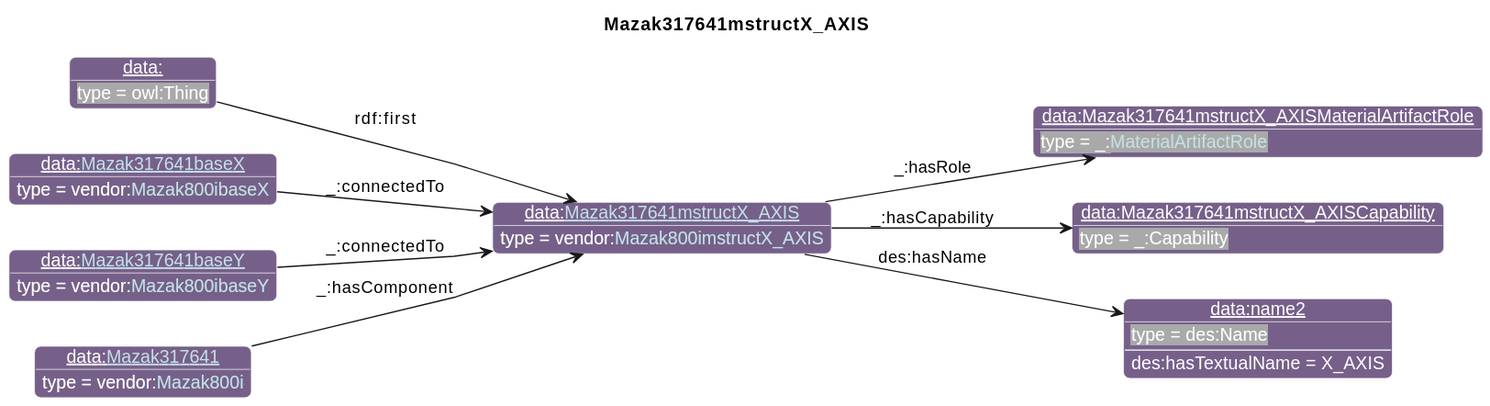
The PlantUML diagram diagrams/Mazak317641mstructX_AXIS.svg in iofoundry/example-syseng-mtconnect, before a commit.
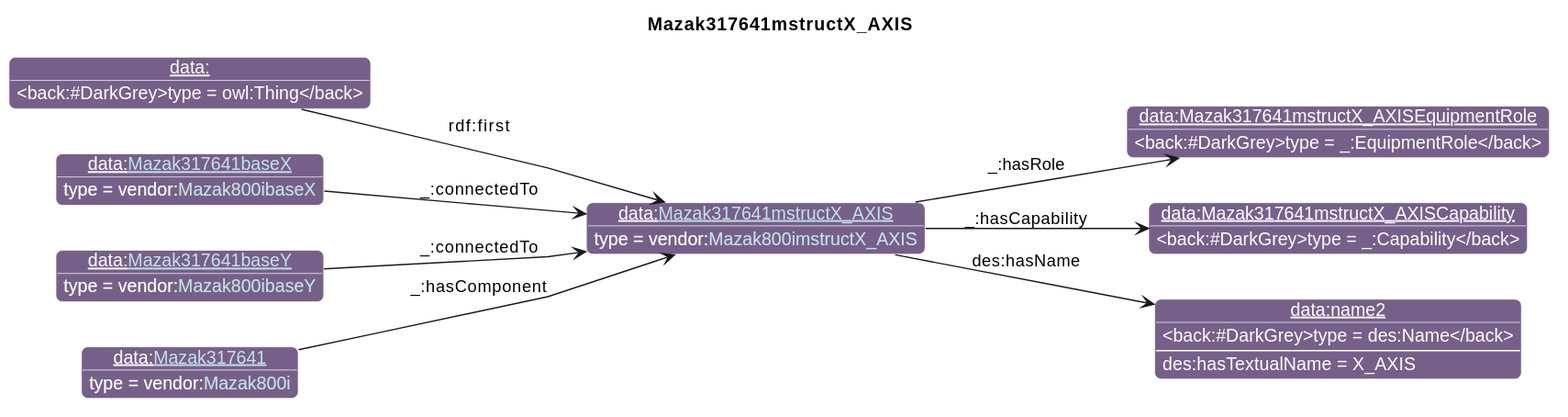
The same file after the commit.

The edit, as a diff of the source:
```diff
@@ -26,7 +26,7 @@
                       "qp":"641B2E"
       }
 individual(o0, data:[[./Mazak317641mstructX_AXIS.html Mazak317641mstructX_AXIS]], vendor:[[../Mazak.html#Mazak800imstructX_AXIS Mazak800imstructX_AXIS]])
-individual(o1, data:Mazak317641mstructX_AXISMaterialArtifactRole, _:[[../MTConnect.html#MaterialArtifactRole MaterialArtifactRole]])
+individual(o1, data:Mazak317641mstructX_AXISEquipmentRole, _:EquipmentRole)
 individual(o2, data:Mazak317641mstructX_AXISCapability, _:Capability)
 individual(o3, data:name2, des:Name)
 individual(o4, data:, owl:Thing)
```
